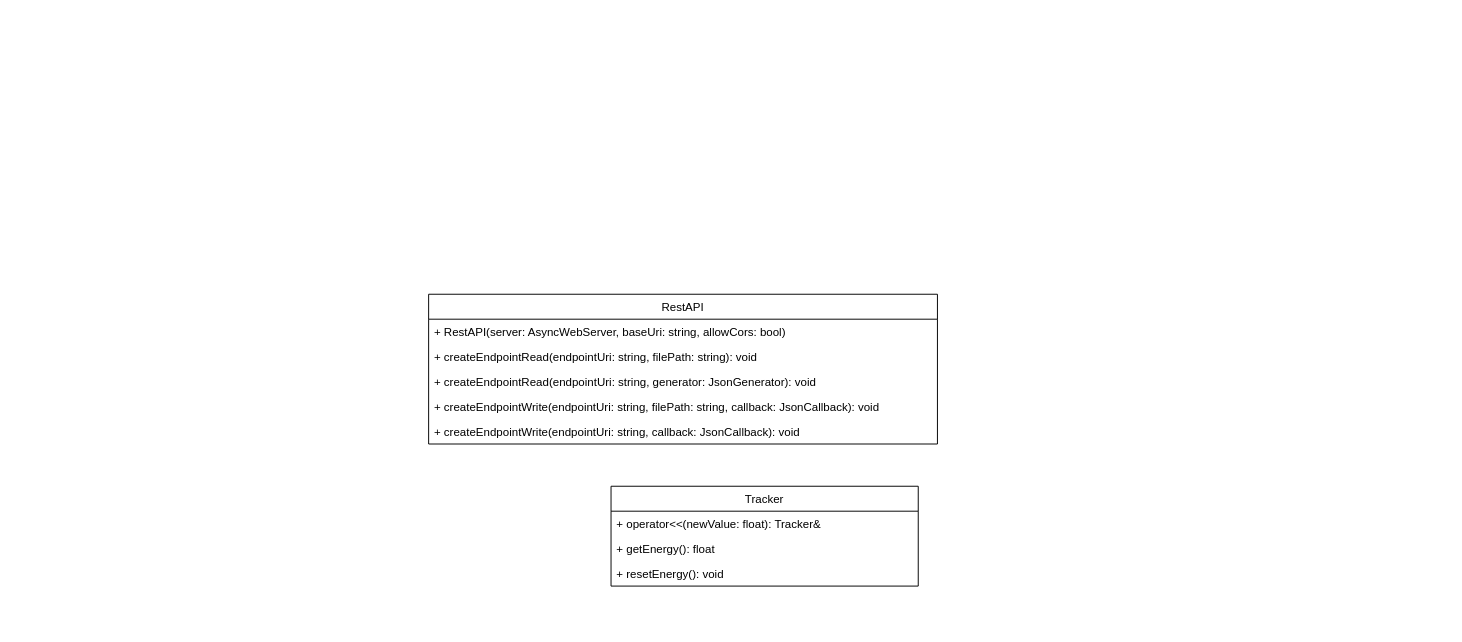
The draw.io diagram page "Klassendiagramm" (4 of 4) of Project Structure.drawio in enovalab/PowerMeter-Firmware, before the edit. Source tidied: cells renumbered, new cells numbered last; positions are measured from the earlier drawing's top-left corner, leaving out a move shared by most shapes. Both pictures are drawn from the tidied source at 96%, with x=0, y=0 at pixel (428, 294).
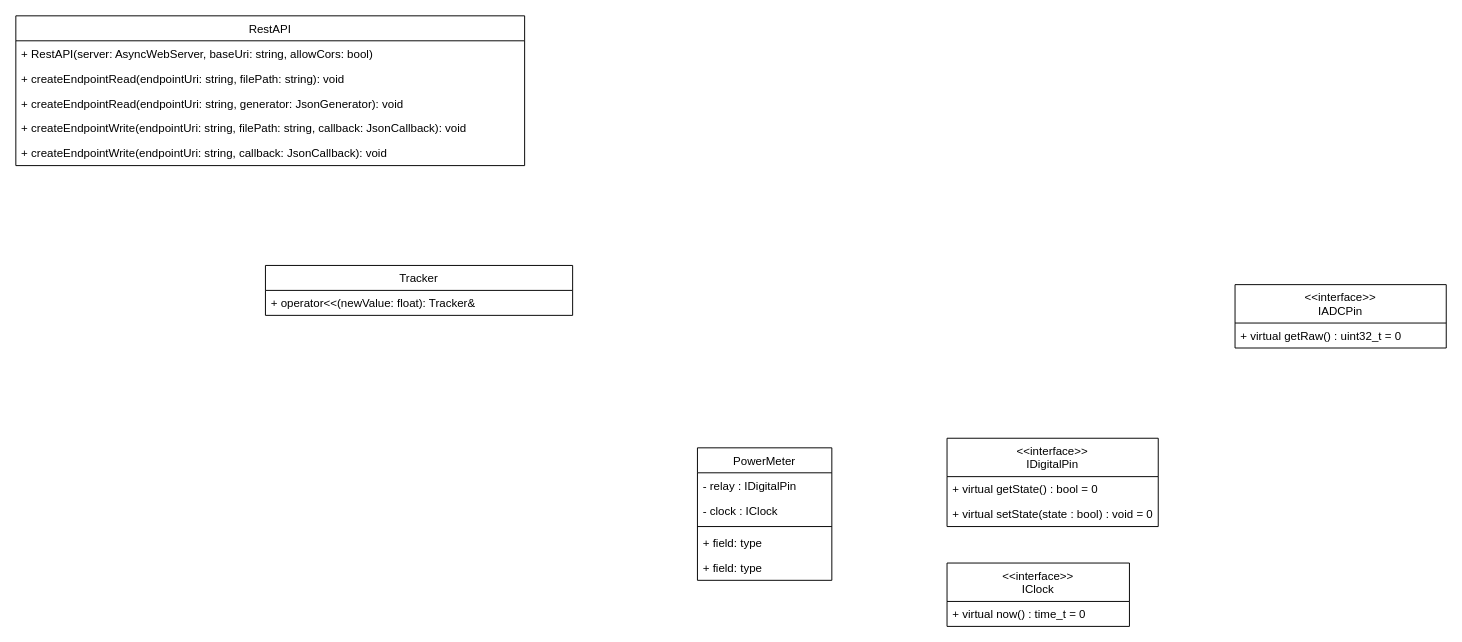
Above is the later version.

Change to the diagram source:
```diff
@@
     <mxCell id="2" value="RestAPI" style="swimlane;fontStyle=0;horizontal=1;startSize=26;fillColor=none;" parent="1" vertex="1">
-      <mxGeometry width="530" height="156" as="geometry" />
+      <mxGeometry x="-430" y="-290" width="530" height="156" as="geometry" />
     </mxCell>
@@
     <mxCell id="8" value="Tracker" style="swimlane;fontStyle=0;horizontal=1;startSize=26;fillColor=none;" parent="1" vertex="1">
-      <mxGeometry x="190" y="200" width="320" height="104" as="geometry" />
+      <mxGeometry x="-170" y="-30" width="320" height="52" as="geometry" />
     </mxCell>
@@
-    <mxCell id="10" value="+ getEnergy(): float" style="text;strokeColor=none;fillColor=none;align=left;verticalAlign=top;spacingLeft=4;spacingRight=4;overflow=hidden;" parent="8" vertex="1">
-      <mxGeometry y="52" width="320" height="26" as="geometry" />
-    </mxCell>
-    <mxCell id="11" value="+ resetEnergy(): void" style="text;strokeColor=none;fillColor=none;align=left;verticalAlign=top;spacingLeft=4;spacingRight=4;overflow=hidden;" parent="8" vertex="1">
-      <mxGeometry y="78" width="320" height="26" as="geometry" />
-    </mxCell>
+    <mxCell id="12" value="&lt;&lt;interface&gt;&gt;&#10;IDigitalPin" style="swimlane;fontStyle=0;horizontal=1;startSize=40;fillColor=none;" parent="1" vertex="1">
+      <mxGeometry x="540" y="150" width="220" height="92" as="geometry" />
+    </mxCell>
+    <mxCell id="13" value="+ virtual getState() : bool = 0" style="text;strokeColor=none;fillColor=none;align=left;verticalAlign=top;spacingLeft=4;spacingRight=4;overflow=hidden;" parent="12" vertex="1">
+      <mxGeometry y="40" width="220" height="26" as="geometry" />
+    </mxCell>
+    <mxCell id="14" value="+ virtual setState(state : bool) : void = 0" style="text;strokeColor=none;fillColor=none;align=left;verticalAlign=top;spacingLeft=4;spacingRight=4;overflow=hidden;" parent="12" vertex="1">
+      <mxGeometry y="66" width="220" height="26" as="geometry" />
+    </mxCell>
+    <mxCell id="15" value="&lt;&lt;interface&gt;&gt;&#10;IADCPin" style="swimlane;fontStyle=0;horizontal=1;startSize=40;fillColor=none;" parent="1" vertex="1">
+      <mxGeometry x="840" y="-10" width="220" height="66" as="geometry" />
+    </mxCell>
+    <mxCell id="16" value="+ virtual getRaw() : uint32_t = 0" style="text;strokeColor=none;fillColor=none;align=left;verticalAlign=top;spacingLeft=4;spacingRight=4;overflow=hidden;" parent="15" vertex="1">
+      <mxGeometry y="40" width="220" height="26" as="geometry" />
+    </mxCell>
+    <mxCell id="17" value="PowerMeter" style="swimlane;fontStyle=0;horizontal=1;startSize=26;fillColor=none;" parent="1" vertex="1">
+      <mxGeometry x="280" y="160" width="140" height="138" as="geometry" />
+    </mxCell>
+    <mxCell id="18" value="- relay : IDigitalPin" style="text;strokeColor=none;fillColor=none;align=left;verticalAlign=top;spacingLeft=4;spacingRight=4;overflow=hidden;" parent="17" vertex="1">
+      <mxGeometry y="26" width="140" height="26" as="geometry" />
+    </mxCell>
+    <mxCell id="19" value="- clock : IClock" style="text;strokeColor=none;fillColor=none;align=left;verticalAlign=top;spacingLeft=4;spacingRight=4;overflow=hidden;" parent="17" vertex="1">
+      <mxGeometry y="52" width="140" height="26" as="geometry" />
+    </mxCell>
+    <mxCell id="20" style="line;strokeWidth=1;fillColor=none;align=left;verticalAlign=middle;spacingTop=-1;spacingLeft=3;spacingRight=3;labelPosition=right;" parent="17" vertex="1">
+      <mxGeometry y="78" width="140" height="8" as="geometry" />
+    </mxCell>
+    <mxCell id="21" value="+ field: type" style="text;strokeColor=none;fillColor=none;align=left;verticalAlign=top;spacingLeft=4;spacingRight=4;overflow=hidden;" parent="17" vertex="1">
+      <mxGeometry y="86" width="140" height="26" as="geometry" />
+    </mxCell>
+    <mxCell id="22" value="+ field: type" style="text;strokeColor=none;fillColor=none;align=left;verticalAlign=top;spacingLeft=4;spacingRight=4;overflow=hidden;" parent="17" vertex="1">
+      <mxGeometry y="112" width="140" height="26" as="geometry" />
+    </mxCell>
+    <mxCell id="23" value="&lt;&lt;interface&gt;&gt;&#10;IClock" style="swimlane;fontStyle=0;horizontal=1;startSize=40;fillColor=none;" parent="1" vertex="1">
+      <mxGeometry x="540" y="280" width="190" height="66" as="geometry" />
+    </mxCell>
+    <mxCell id="24" value="+ virtual now() : time_t = 0" style="text;strokeColor=none;fillColor=none;align=left;verticalAlign=top;spacingLeft=4;spacingRight=4;overflow=hidden;" parent="23" vertex="1">
+      <mxGeometry y="40" width="190" height="26" as="geometry" />
+    </mxCell>
```
